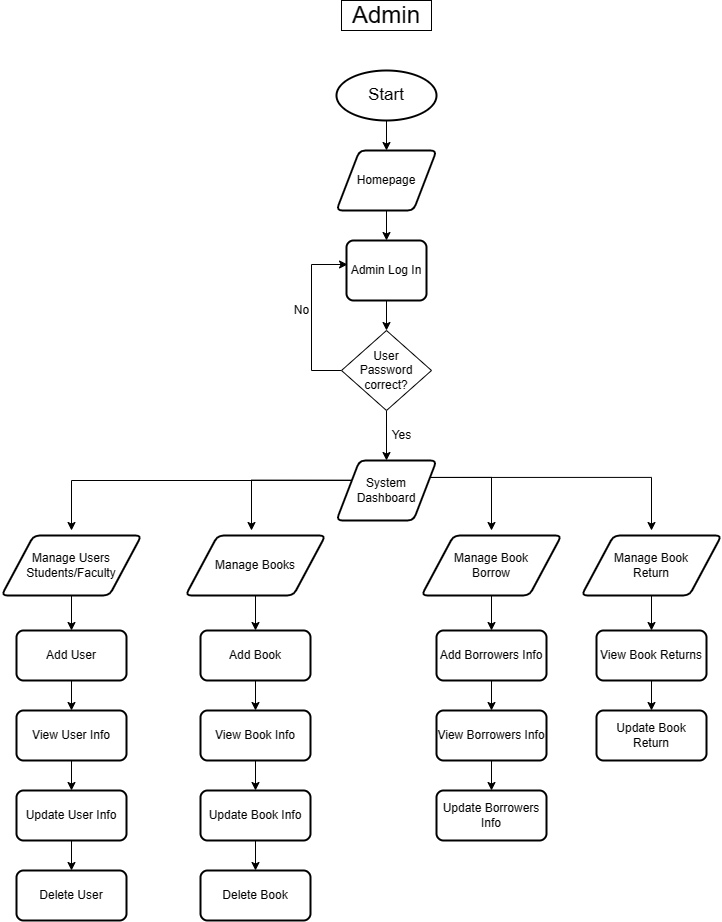
Earlier version of the draw.io export Untitled Diagram.drawio.png (Jayrou12345/Flowchart). Source tidied: cells renumbered, new cells last; positions are measured from the earlier drawing's top-left corner, leaving out a move shared by most shapes. The source it was exported from:
```xml
<mxGraphModel>
  <root>
    <mxCell id="0" />
    <mxCell id="1" parent="0" />
    <mxCell id="2" style="rounded=0;html=1;jettySize=auto;orthogonalLoop=1;fontSize=11;endArrow=block;endFill=0;endSize=8;strokeWidth=1;shadow=0;labelBackgroundColor=none;edgeStyle=orthogonalEdgeStyle;" parent="1" edge="1">
      <mxGeometry relative="1" as="geometry">
        <mxPoint x="130" y="70" as="sourcePoint" />
      </mxGeometry>
    </mxCell>
    <mxCell id="3" value="Yes" style="rounded=0;html=1;jettySize=auto;orthogonalLoop=1;fontSize=11;endArrow=block;endFill=0;endSize=8;strokeWidth=1;shadow=0;labelBackgroundColor=none;edgeStyle=orthogonalEdgeStyle;" parent="1" edge="1">
      <mxGeometry y="20" relative="1" as="geometry">
        <mxPoint x="130" y="240" as="targetPoint" />
      </mxGeometry>
    </mxCell>
    <mxCell id="4" value="No" style="edgeStyle=orthogonalEdgeStyle;rounded=0;html=1;jettySize=auto;orthogonalLoop=1;fontSize=11;endArrow=block;endFill=0;endSize=8;strokeWidth=1;shadow=0;labelBackgroundColor=none;" parent="1" edge="1">
      <mxGeometry y="10" relative="1" as="geometry">
        <mxPoint x="180" y="160" as="sourcePoint" />
      </mxGeometry>
    </mxCell>
    <mxCell id="5" value="No" style="rounded=0;html=1;jettySize=auto;orthogonalLoop=1;fontSize=11;endArrow=block;endFill=0;endSize=8;strokeWidth=1;shadow=0;labelBackgroundColor=none;edgeStyle=orthogonalEdgeStyle;" parent="1" edge="1">
      <mxGeometry x="0.33" y="20" relative="1" as="geometry">
        <mxPoint x="130" y="380" as="targetPoint" />
      </mxGeometry>
    </mxCell>
    <mxCell id="6" value="Yes" style="edgeStyle=orthogonalEdgeStyle;rounded=0;html=1;jettySize=auto;orthogonalLoop=1;fontSize=11;endArrow=block;endFill=0;endSize=8;strokeWidth=1;shadow=0;labelBackgroundColor=none;" parent="1" edge="1">
      <mxGeometry y="10" relative="1" as="geometry">
        <mxPoint x="180" y="280" as="sourcePoint" />
      </mxGeometry>
    </mxCell>
    <mxCell id="7" style="edgeStyle=orthogonalEdgeStyle;rounded=0;jettySize=auto;html=1;exitX=0.5;exitY=1;exitDx=0;exitDy=0;exitPerimeter=0;entryX=0.5;entryY=0;entryDx=0;entryDy=0;" parent="1" edge="1" source="8" target="11">
      <mxGeometry relative="1" as="geometry" />
    </mxCell>
    <mxCell id="8" value="&lt;font style=&quot;font-size: 17px;&quot;&gt;Start&lt;/font&gt;" style="strokeWidth=2;html=1;shape=mxgraph.flowchart.start_2;whiteSpace=wrap;" parent="1" vertex="1">
      <mxGeometry x="335" y="70" width="100" height="50" as="geometry" />
    </mxCell>
    <mxCell id="9" value="&lt;font style=&quot;font-size: 24px;&quot;&gt;Admin&lt;/font&gt;" style="rounded=0;whiteSpace=wrap;html=1;" parent="1" vertex="1">
      <mxGeometry x="340" width="90" height="30" as="geometry" />
    </mxCell>
    <mxCell id="10" style="edgeStyle=orthogonalEdgeStyle;rounded=0;jettySize=auto;html=1;exitX=0.5;exitY=1;exitDx=0;exitDy=0;entryX=0.5;entryY=0;entryDx=0;entryDy=0;" parent="1" edge="1" source="11" target="13">
      <mxGeometry relative="1" as="geometry" />
    </mxCell>
    <mxCell id="11" value="Homepage" style="shape=parallelogram;html=1;strokeWidth=2;perimeter=parallelogramPerimeter;whiteSpace=wrap;rounded=1;arcSize=12;size=0.23;" parent="1" vertex="1">
      <mxGeometry x="335" y="150" width="100" height="60" as="geometry" />
    </mxCell>
    <mxCell id="12" style="edgeStyle=orthogonalEdgeStyle;rounded=0;jettySize=auto;html=1;exitX=0.5;exitY=1;exitDx=0;exitDy=0;entryX=0.5;entryY=0;entryDx=0;entryDy=0;" parent="1" edge="1" source="13" target="16">
      <mxGeometry relative="1" as="geometry" />
    </mxCell>
    <mxCell id="13" value="Admin Log In" style="rounded=1;whiteSpace=wrap;html=1;absoluteArcSize=1;arcSize=14;strokeWidth=2;" parent="1" vertex="1">
      <mxGeometry x="345" y="240" width="80" height="60" as="geometry" />
    </mxCell>
    <mxCell id="14" style="edgeStyle=orthogonalEdgeStyle;rounded=0;jettySize=auto;html=1;exitX=0;exitY=0.5;exitDx=0;exitDy=0;entryX=0.013;entryY=0.4;entryDx=0;entryDy=0;entryPerimeter=0;" parent="1" edge="1" source="16" target="13">
      <mxGeometry relative="1" as="geometry">
        <Array as="points">
          <mxPoint x="310" y="370" />
          <mxPoint x="310" y="264" />
        </Array>
      </mxGeometry>
    </mxCell>
    <mxCell id="15" style="edgeStyle=orthogonalEdgeStyle;rounded=0;jettySize=auto;html=1;exitX=0.5;exitY=1;exitDx=0;exitDy=0;entryX=0.5;entryY=0;entryDx=0;entryDy=0;" parent="1" edge="1" source="16" target="21">
      <mxGeometry relative="1" as="geometry" />
    </mxCell>
    <mxCell id="16" value="User&lt;br&gt;Password&lt;br&gt;correct?" style="rhombus;whiteSpace=wrap;html=1;" parent="1" vertex="1">
      <mxGeometry x="340" y="330" width="90" height="80" as="geometry" />
    </mxCell>
    <mxCell id="17" style="edgeStyle=orthogonalEdgeStyle;rounded=0;jettySize=auto;html=1;" parent="1" edge="1" source="21">
      <mxGeometry relative="1" as="geometry">
        <mxPoint x="70" y="530" as="targetPoint" />
        <Array as="points">
          <mxPoint x="70" y="480" />
          <mxPoint x="70" y="530" />
        </Array>
      </mxGeometry>
    </mxCell>
    <mxCell id="18" style="edgeStyle=orthogonalEdgeStyle;rounded=0;jettySize=auto;html=1;exitX=1;exitY=0.25;exitDx=0;exitDy=0;" parent="1" edge="1" source="21">
      <mxGeometry relative="1" as="geometry">
        <mxPoint x="650" y="530" as="targetPoint" />
        <Array as="points">
          <mxPoint x="650" y="477" />
          <mxPoint x="650" y="530" />
        </Array>
      </mxGeometry>
    </mxCell>
    <mxCell id="19" style="edgeStyle=orthogonalEdgeStyle;rounded=0;jettySize=auto;html=1;exitX=1;exitY=0.25;exitDx=0;exitDy=0;" parent="1" edge="1" source="21">
      <mxGeometry relative="1" as="geometry">
        <mxPoint x="490" y="530" as="targetPoint" />
        <Array as="points">
          <mxPoint x="490" y="477" />
          <mxPoint x="490" y="530" />
        </Array>
      </mxGeometry>
    </mxCell>
    <mxCell id="20" style="edgeStyle=orthogonalEdgeStyle;rounded=0;jettySize=auto;html=1;exitX=0;exitY=0.25;exitDx=0;exitDy=0;" parent="1" edge="1" source="21">
      <mxGeometry relative="1" as="geometry">
        <mxPoint x="250" y="530" as="targetPoint" />
      </mxGeometry>
    </mxCell>
    <mxCell id="21" value="System&lt;br&gt;Dashboard" style="shape=parallelogram;html=1;strokeWidth=2;perimeter=parallelogramPerimeter;whiteSpace=wrap;rounded=1;arcSize=12;size=0.23;" parent="1" vertex="1">
      <mxGeometry x="335" y="460" width="100" height="60" as="geometry" />
    </mxCell>
    <mxCell id="22" style="edgeStyle=orthogonalEdgeStyle;rounded=0;jettySize=auto;html=1;exitX=0.5;exitY=1;exitDx=0;exitDy=0;entryX=0.5;entryY=0;entryDx=0;entryDy=0;" parent="1" edge="1" source="23" target="33">
      <mxGeometry relative="1" as="geometry" />
    </mxCell>
    <mxCell id="23" value="Manage Users&lt;br&gt;Students/Faculty" style="shape=parallelogram;html=1;strokeWidth=2;perimeter=parallelogramPerimeter;whiteSpace=wrap;rounded=1;arcSize=12;size=0.23;" parent="1" vertex="1">
      <mxGeometry y="535" width="140" height="60" as="geometry" />
    </mxCell>
    <mxCell id="24" value="No" style="text;html=1;align=center;verticalAlign=middle;strokeColor=none;fillColor=none;" parent="1" vertex="1">
      <mxGeometry x="280" y="295" width="40" height="30" as="geometry" />
    </mxCell>
    <mxCell id="25" value="Yes" style="text;html=1;align=center;verticalAlign=middle;strokeColor=none;fillColor=none;" parent="1" vertex="1">
      <mxGeometry x="380" y="420" width="40" height="30" as="geometry" />
    </mxCell>
    <mxCell id="26" style="edgeStyle=orthogonalEdgeStyle;rounded=0;jettySize=auto;html=1;exitX=0.5;exitY=1;exitDx=0;exitDy=0;entryX=0.5;entryY=0;entryDx=0;entryDy=0;" parent="1" edge="1" source="27" target="39">
      <mxGeometry relative="1" as="geometry" />
    </mxCell>
    <mxCell id="27" value="Manage Books" style="shape=parallelogram;html=1;strokeWidth=2;perimeter=parallelogramPerimeter;whiteSpace=wrap;rounded=1;arcSize=12;size=0.23;" parent="1" vertex="1">
      <mxGeometry x="184" y="535" width="140" height="60" as="geometry" />
    </mxCell>
    <mxCell id="28" style="edgeStyle=orthogonalEdgeStyle;rounded=0;jettySize=auto;html=1;exitX=0.5;exitY=1;exitDx=0;exitDy=0;entryX=0.5;entryY=0;entryDx=0;entryDy=0;" parent="1" edge="1" source="29" target="47">
      <mxGeometry relative="1" as="geometry" />
    </mxCell>
    <mxCell id="29" value="Manage Book&lt;br&gt;Borrow" style="shape=parallelogram;html=1;strokeWidth=2;perimeter=parallelogramPerimeter;whiteSpace=wrap;rounded=1;arcSize=12;size=0.23;" parent="1" vertex="1">
      <mxGeometry x="420" y="535" width="140" height="60" as="geometry" />
    </mxCell>
    <mxCell id="30" style="edgeStyle=orthogonalEdgeStyle;rounded=0;jettySize=auto;html=1;exitX=0.5;exitY=1;exitDx=0;exitDy=0;entryX=0.5;entryY=0;entryDx=0;entryDy=0;" parent="1" edge="1" source="31" target="52">
      <mxGeometry relative="1" as="geometry" />
    </mxCell>
    <mxCell id="31" value="Manage Book&lt;br&gt;Return" style="shape=parallelogram;html=1;strokeWidth=2;perimeter=parallelogramPerimeter;whiteSpace=wrap;rounded=1;arcSize=12;size=0.23;" parent="1" vertex="1">
      <mxGeometry x="580" y="535" width="140" height="60" as="geometry" />
    </mxCell>
    <mxCell id="32" style="edgeStyle=orthogonalEdgeStyle;rounded=0;jettySize=auto;html=1;exitX=0.5;exitY=1;exitDx=0;exitDy=0;entryX=0.5;entryY=0;entryDx=0;entryDy=0;" parent="1" edge="1" source="33" target="35">
      <mxGeometry relative="1" as="geometry" />
    </mxCell>
    <mxCell id="33" value="Add User" style="rounded=1;whiteSpace=wrap;html=1;absoluteArcSize=1;arcSize=14;strokeWidth=2;" parent="1" vertex="1">
      <mxGeometry x="15" y="630" width="110" height="50" as="geometry" />
    </mxCell>
    <mxCell id="34" style="edgeStyle=orthogonalEdgeStyle;rounded=0;jettySize=auto;html=1;exitX=0.5;exitY=1;exitDx=0;exitDy=0;entryX=0.5;entryY=0;entryDx=0;entryDy=0;" parent="1" edge="1" source="35" target="37">
      <mxGeometry relative="1" as="geometry" />
    </mxCell>
    <mxCell id="35" value="View User Info" style="rounded=1;whiteSpace=wrap;html=1;absoluteArcSize=1;arcSize=14;strokeWidth=2;" parent="1" vertex="1">
      <mxGeometry x="15" y="710" width="110" height="50" as="geometry" />
    </mxCell>
    <mxCell id="36" style="edgeStyle=orthogonalEdgeStyle;rounded=0;jettySize=auto;html=1;exitX=0.5;exitY=1;exitDx=0;exitDy=0;entryX=0.5;entryY=0;entryDx=0;entryDy=0;" parent="1" edge="1" source="37" target="44">
      <mxGeometry relative="1" as="geometry" />
    </mxCell>
    <mxCell id="37" value="Update User Info" style="rounded=1;whiteSpace=wrap;html=1;absoluteArcSize=1;arcSize=14;strokeWidth=2;" parent="1" vertex="1">
      <mxGeometry x="15" y="790" width="110" height="50" as="geometry" />
    </mxCell>
    <mxCell id="38" style="edgeStyle=orthogonalEdgeStyle;rounded=0;jettySize=auto;html=1;exitX=0.5;exitY=1;exitDx=0;exitDy=0;entryX=0.5;entryY=0;entryDx=0;entryDy=0;" parent="1" edge="1" source="39" target="41">
      <mxGeometry relative="1" as="geometry" />
    </mxCell>
    <mxCell id="39" value="Add Book" style="rounded=1;whiteSpace=wrap;html=1;absoluteArcSize=1;arcSize=14;strokeWidth=2;" parent="1" vertex="1">
      <mxGeometry x="199" y="630" width="110" height="50" as="geometry" />
    </mxCell>
    <mxCell id="40" style="edgeStyle=orthogonalEdgeStyle;rounded=0;jettySize=auto;html=1;exitX=0.5;exitY=1;exitDx=0;exitDy=0;entryX=0.5;entryY=0;entryDx=0;entryDy=0;" parent="1" edge="1" source="41" target="43">
      <mxGeometry relative="1" as="geometry" />
    </mxCell>
    <mxCell id="41" value="View Book Info" style="rounded=1;whiteSpace=wrap;html=1;absoluteArcSize=1;arcSize=14;strokeWidth=2;" parent="1" vertex="1">
      <mxGeometry x="199" y="710" width="110" height="50" as="geometry" />
    </mxCell>
    <mxCell id="42" style="edgeStyle=orthogonalEdgeStyle;rounded=0;jettySize=auto;html=1;exitX=0.5;exitY=1;exitDx=0;exitDy=0;entryX=0.5;entryY=0;entryDx=0;entryDy=0;" parent="1" edge="1" source="43" target="45">
      <mxGeometry relative="1" as="geometry" />
    </mxCell>
    <mxCell id="43" value="Update Book Info" style="rounded=1;whiteSpace=wrap;html=1;absoluteArcSize=1;arcSize=14;strokeWidth=2;" parent="1" vertex="1">
      <mxGeometry x="199" y="790" width="110" height="50" as="geometry" />
    </mxCell>
    <mxCell id="44" value="Delete User" style="rounded=1;whiteSpace=wrap;html=1;absoluteArcSize=1;arcSize=14;strokeWidth=2;" parent="1" vertex="1">
      <mxGeometry x="15" y="870" width="110" height="50" as="geometry" />
    </mxCell>
    <mxCell id="45" value="Delete Book" style="rounded=1;whiteSpace=wrap;html=1;absoluteArcSize=1;arcSize=14;strokeWidth=2;" parent="1" vertex="1">
      <mxGeometry x="199" y="870" width="110" height="50" as="geometry" />
    </mxCell>
    <mxCell id="46" style="edgeStyle=orthogonalEdgeStyle;rounded=0;jettySize=auto;html=1;exitX=0.5;exitY=1;exitDx=0;exitDy=0;entryX=0.5;entryY=0;entryDx=0;entryDy=0;" parent="1" edge="1" source="47" target="49">
      <mxGeometry relative="1" as="geometry" />
    </mxCell>
    <mxCell id="47" value="Add Borrowers Info" style="rounded=1;whiteSpace=wrap;html=1;absoluteArcSize=1;arcSize=14;strokeWidth=2;" parent="1" vertex="1">
      <mxGeometry x="435" y="630" width="110" height="50" as="geometry" />
    </mxCell>
    <mxCell id="48" style="edgeStyle=orthogonalEdgeStyle;rounded=0;jettySize=auto;html=1;exitX=0.5;exitY=1;exitDx=0;exitDy=0;entryX=0.5;entryY=0;entryDx=0;entryDy=0;" parent="1" edge="1" source="49" target="50">
      <mxGeometry relative="1" as="geometry" />
    </mxCell>
    <mxCell id="49" value="View Borrowers Info" style="rounded=1;whiteSpace=wrap;html=1;absoluteArcSize=1;arcSize=14;strokeWidth=2;" parent="1" vertex="1">
      <mxGeometry x="435" y="710" width="110" height="50" as="geometry" />
    </mxCell>
    <mxCell id="50" value="Update Borrowers Info" style="rounded=1;whiteSpace=wrap;html=1;absoluteArcSize=1;arcSize=14;strokeWidth=2;" parent="1" vertex="1">
      <mxGeometry x="435" y="790" width="110" height="50" as="geometry" />
    </mxCell>
    <mxCell id="51" style="edgeStyle=orthogonalEdgeStyle;rounded=0;jettySize=auto;html=1;exitX=0.5;exitY=1;exitDx=0;exitDy=0;entryX=0.5;entryY=0;entryDx=0;entryDy=0;" parent="1" edge="1" source="52" target="53">
      <mxGeometry relative="1" as="geometry" />
    </mxCell>
    <mxCell id="52" value="View Book Returns" style="rounded=1;whiteSpace=wrap;html=1;absoluteArcSize=1;arcSize=14;strokeWidth=2;" parent="1" vertex="1">
      <mxGeometry x="595" y="630" width="110" height="50" as="geometry" />
    </mxCell>
    <mxCell id="53" value="Update Book Return" style="rounded=1;whiteSpace=wrap;html=1;absoluteArcSize=1;arcSize=14;strokeWidth=2;" parent="1" vertex="1">
      <mxGeometry x="595" y="710" width="110" height="50" as="geometry" />
    </mxCell>
  </root>
</mxGraphModel>
```
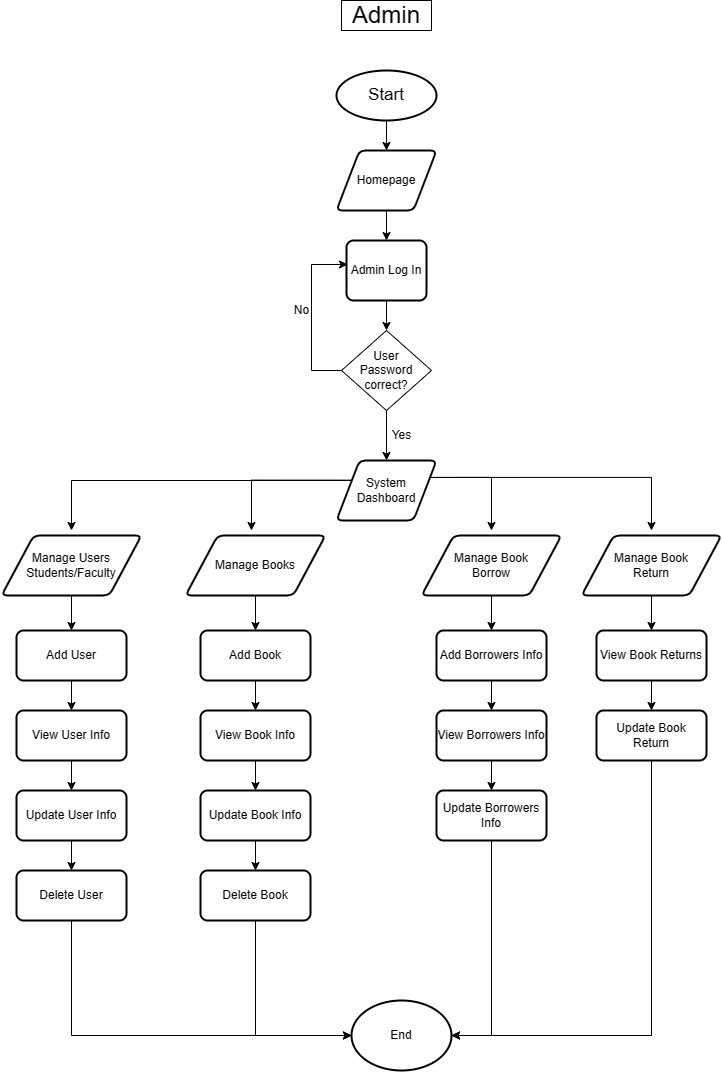
After the commit.

What changed in the source:
```diff
@@ -163,9 +163,19 @@
     <mxCell id="43" value="Update Book Info" style="rounded=1;whiteSpace=wrap;html=1;absoluteArcSize=1;arcSize=14;strokeWidth=2;" parent="1" vertex="1">
       <mxGeometry x="199" y="790" width="110" height="50" as="geometry" />
     </mxCell>
+    <mxCell id="54" style="edgeStyle=orthogonalEdgeStyle;rounded=0;jettySize=auto;html=1;exitX=0.5;exitY=1;exitDx=0;exitDy=0;entryX=0;entryY=0.5;entryDx=0;entryDy=0;entryPerimeter=0;" parent="1" edge="1" source="44" target="58">
+      <mxGeometry relative="1" as="geometry">
+        <Array as="points">
+          <mxPoint x="70" y="1035" />
+        </Array>
+      </mxGeometry>
+    </mxCell>
     <mxCell id="44" value="Delete User" style="rounded=1;whiteSpace=wrap;html=1;absoluteArcSize=1;arcSize=14;strokeWidth=2;" parent="1" vertex="1">
       <mxGeometry x="15" y="870" width="110" height="50" as="geometry" />
     </mxCell>
+    <mxCell id="55" style="edgeStyle=orthogonalEdgeStyle;rounded=0;jettySize=auto;html=1;exitX=0.5;exitY=1;exitDx=0;exitDy=0;entryX=0;entryY=0.5;entryDx=0;entryDy=0;entryPerimeter=0;" parent="1" edge="1" source="45" target="58">
+      <mxGeometry relative="1" as="geometry" />
+    </mxCell>
     <mxCell id="45" value="Delete Book" style="rounded=1;whiteSpace=wrap;html=1;absoluteArcSize=1;arcSize=14;strokeWidth=2;" parent="1" vertex="1">
       <mxGeometry x="199" y="870" width="110" height="50" as="geometry" />
     </mxCell>
@@ -181,6 +191,9 @@
     <mxCell id="49" value="View Borrowers Info" style="rounded=1;whiteSpace=wrap;html=1;absoluteArcSize=1;arcSize=14;strokeWidth=2;" parent="1" vertex="1">
       <mxGeometry x="435" y="710" width="110" height="50" as="geometry" />
     </mxCell>
+    <mxCell id="56" style="edgeStyle=orthogonalEdgeStyle;rounded=0;jettySize=auto;html=1;exitX=0.5;exitY=1;exitDx=0;exitDy=0;entryX=1;entryY=0.5;entryDx=0;entryDy=0;entryPerimeter=0;" parent="1" edge="1" source="50" target="58">
+      <mxGeometry relative="1" as="geometry" />
+    </mxCell>
     <mxCell id="50" value="Update Borrowers Info" style="rounded=1;whiteSpace=wrap;html=1;absoluteArcSize=1;arcSize=14;strokeWidth=2;" parent="1" vertex="1">
       <mxGeometry x="435" y="790" width="110" height="50" as="geometry" />
     </mxCell>
@@ -190,8 +203,14 @@
     <mxCell id="52" value="View Book Returns" style="rounded=1;whiteSpace=wrap;html=1;absoluteArcSize=1;arcSize=14;strokeWidth=2;" parent="1" vertex="1">
       <mxGeometry x="595" y="630" width="110" height="50" as="geometry" />
     </mxCell>
+    <mxCell id="57" style="edgeStyle=orthogonalEdgeStyle;rounded=0;jettySize=auto;html=1;exitX=0.5;exitY=1;exitDx=0;exitDy=0;entryX=1;entryY=0.5;entryDx=0;entryDy=0;entryPerimeter=0;" parent="1" edge="1" source="53" target="58">
+      <mxGeometry relative="1" as="geometry" />
+    </mxCell>
     <mxCell id="53" value="Update Book Return" style="rounded=1;whiteSpace=wrap;html=1;absoluteArcSize=1;arcSize=14;strokeWidth=2;" parent="1" vertex="1">
       <mxGeometry x="595" y="710" width="110" height="50" as="geometry" />
     </mxCell>
+    <mxCell id="58" value="End" style="strokeWidth=2;html=1;shape=mxgraph.flowchart.start_1;whiteSpace=wrap;" parent="1" vertex="1">
+      <mxGeometry x="350" y="1000" width="100" height="70" as="geometry" />
+    </mxCell>
   </root>
 </mxGraphModel>
```
